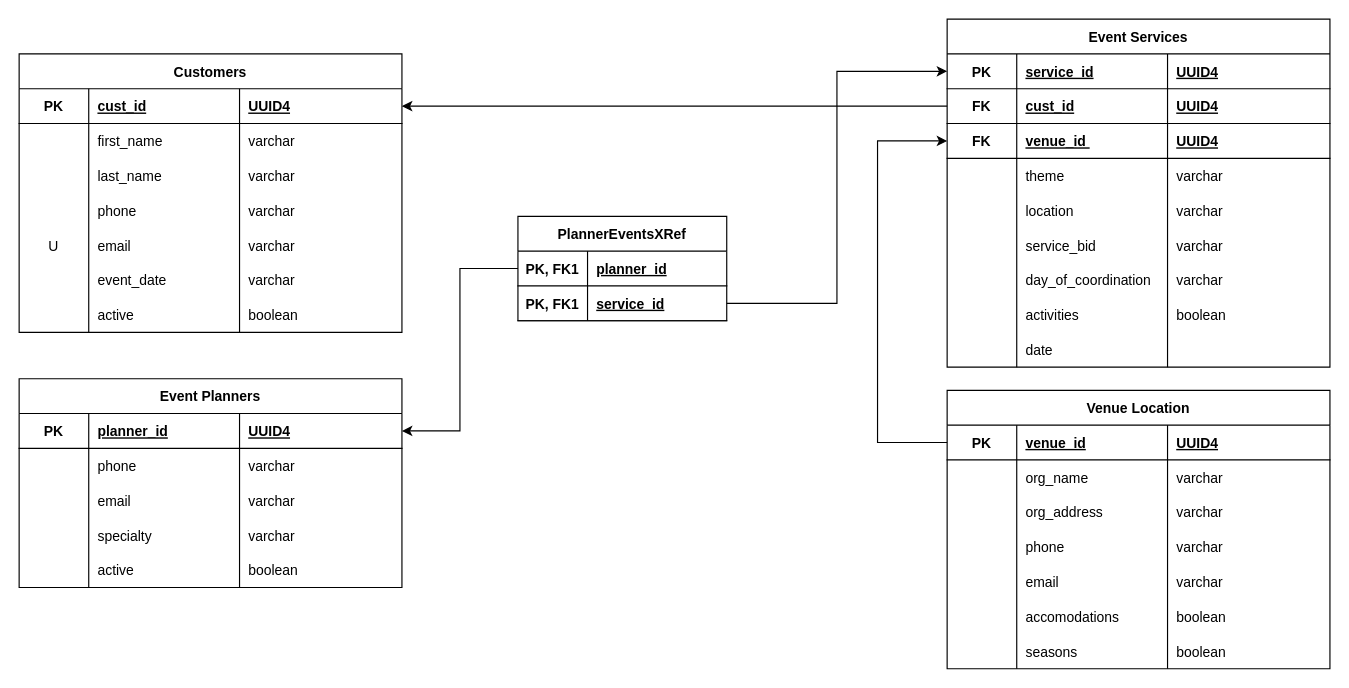
The draw.io diagram erd.drawio in Denise-Devpipeline/BE-Capstone, before the edit. Source tidied: cells renumbered, new cells numbered last; positions are measured from the earlier drawing's top-left corner, leaving out a move shared by most shapes. Both pictures are drawn from the tidied source at 116%, with x=0, y=0 at pixel (19, 19).
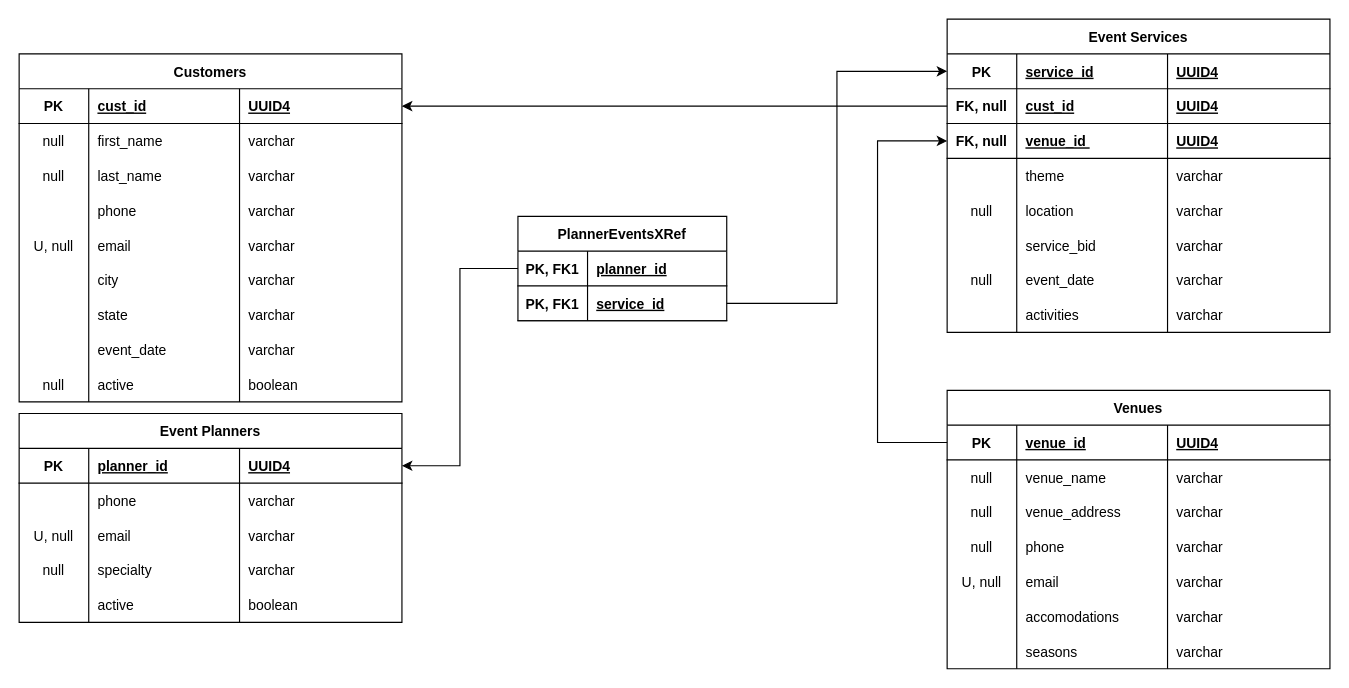
After the change.

The change refers to these unchanged cells:
```xml
<mxCell id="7" style="shape=tableRow;horizontal=0;startSize=0;swimlaneHead=0;swimlaneBody=0;fillColor=none;top=0;left=0;right=0;bottom=0;" parent="2" vertex="1">
  <mxGeometry y="60" width="330" height="30" as="geometry" />
</mxCell>
<mxCell id="11" style="shape=tableRow;horizontal=0;startSize=0;swimlaneHead=0;swimlaneBody=0;fillColor=none;top=0;left=0;right=0;bottom=0;" parent="2" vertex="1">
  <mxGeometry y="90" width="330" height="30" as="geometry" />
</mxCell>
<mxCell id="19" style="shape=tableRow;horizontal=0;startSize=0;swimlaneHead=0;swimlaneBody=0;fillColor=none;top=0;left=0;right=0;bottom=0;" parent="2" vertex="1">
  <mxGeometry y="150" width="330" height="30" as="geometry" />
</mxCell>
<mxCell id="36" style="shape=tableRow;horizontal=0;startSize=0;swimlaneHead=0;swimlaneBody=0;fillColor=none;top=0;left=0;right=0;bottom=0;" parent="31" vertex="1">
  <mxGeometry y="60" width="330" height="30" as="geometry" />
</mxCell>
<mxCell id="40" style="shape=tableRow;horizontal=0;startSize=0;swimlaneHead=0;swimlaneBody=0;fillColor=none;top=0;left=0;right=0;bottom=0;" parent="31" vertex="1">
  <mxGeometry y="90" width="330" height="30" as="geometry" />
</mxCell>
<mxCell id="44" style="shape=tableRow;horizontal=0;startSize=0;swimlaneHead=0;swimlaneBody=0;fillColor=none;top=0;left=0;right=0;bottom=0;" parent="31" vertex="1">
  <mxGeometry y="120" width="330" height="30" as="geometry" />
</mxCell>
<mxCell id="48" style="shape=tableRow;horizontal=0;startSize=0;swimlaneHead=0;swimlaneBody=0;fillColor=none;top=0;left=0;right=0;bottom=0;" parent="31" vertex="1">
  <mxGeometry y="150" width="330" height="30" as="geometry" />
</mxCell>
<mxCell id="52" style="shape=tableRow;horizontal=0;startSize=0;swimlaneHead=0;swimlaneBody=0;fillColor=none;top=0;left=0;right=0;bottom=0;" parent="31" vertex="1">
  <mxGeometry y="180" width="330" height="30" as="geometry" />
</mxCell>
<mxCell id="56" style="shape=tableRow;horizontal=0;startSize=0;swimlaneHead=0;swimlaneBody=0;fillColor=none;top=0;left=0;right=0;bottom=0;" parent="31" vertex="1">
  <mxGeometry y="210" width="330" height="30" as="geometry" />
</mxCell>
<mxCell id="65" style="shape=tableRow;horizontal=0;startSize=0;swimlaneHead=0;swimlaneBody=0;fillColor=none;points=[[0,0.5],[1,0.5]];portConstraint=eastwest;top=0;left=0;right=0;bottom=1;" parent="60" vertex="1">
  <mxGeometry y="60" width="330" height="30" as="geometry" />
</mxCell>
<mxCell id="69" style="shape=tableRow;horizontal=0;startSize=0;swimlaneHead=0;swimlaneBody=0;fillColor=none;points=[[0,0.5],[1,0.5]];portConstraint=eastwest;top=0;left=0;right=0;bottom=1;" parent="60" vertex="1">
  <mxGeometry y="90" width="330" height="30" as="geometry" />
</mxCell>
<mxCell id="77" style="shape=tableRow;horizontal=0;startSize=0;swimlaneHead=0;swimlaneBody=0;fillColor=none;top=0;left=0;right=0;bottom=0;" parent="60" vertex="1">
  <mxGeometry y="150" width="330" height="30" as="geometry" />
</mxCell>
<mxCell id="85" style="shape=tableRow;horizontal=0;startSize=0;swimlaneHead=0;swimlaneBody=0;fillColor=none;top=0;left=0;right=0;bottom=0;" parent="60" vertex="1">
  <mxGeometry y="210" width="330" height="30" as="geometry" />
</mxCell>
<mxCell id="89" style="shape=tableRow;horizontal=0;startSize=0;swimlaneHead=0;swimlaneBody=0;fillColor=none;top=0;left=0;right=0;bottom=0;" parent="60" vertex="1">
  <mxGeometry y="240" width="330" height="30" as="geometry" />
</mxCell>
<mxCell id="106" style="shape=tableRow;horizontal=0;startSize=0;swimlaneHead=0;swimlaneBody=0;fillColor=none;top=0;left=0;right=0;bottom=0;" parent="97" vertex="1">
  <mxGeometry y="90" width="330" height="30" as="geometry" />
</mxCell>
<mxCell id="110" style="shape=tableRow;horizontal=0;startSize=0;swimlaneHead=0;swimlaneBody=0;fillColor=none;top=0;left=0;right=0;bottom=0;" parent="97" vertex="1">
  <mxGeometry y="120" width="330" height="30" as="geometry" />
</mxCell>
```

What changed in the source:
```diff
@@
     <mxCell id="2" value="Customers" style="shape=table;startSize=30;childLayout=tableLayout;rowLines=0;fontStyle=1;align=center;" parent="1" vertex="1">
-      <mxGeometry y="30" width="330" height="240" as="geometry" />
+      <mxGeometry y="30" width="330" height="300" as="geometry" />
     </mxCell>
@@
-    <mxCell id="8" style="shape=partialRectangle;fillColor=none;top=0;left=0;bottom=0;right=0;overflow=hidden;" parent="7" vertex="1">
+    <mxCell id="8" value="null" style="shape=partialRectangle;fillColor=none;top=0;left=0;bottom=0;right=0;overflow=hidden;" parent="7" vertex="1">
       <mxGeometry width="60" height="30" as="geometry" />
     </mxCell>
@@
-    <mxCell id="12" style="shape=partialRectangle;fillColor=none;top=0;left=0;bottom=0;right=0;overflow=hidden;" parent="11" vertex="1">
+    <mxCell id="12" value="null" style="shape=partialRectangle;fillColor=none;top=0;left=0;bottom=0;right=0;overflow=hidden;" parent="11" vertex="1">
       <mxGeometry width="60" height="30" as="geometry" />
     </mxCell>
@@
-    <mxCell id="20" value="U" style="shape=partialRectangle;fillColor=none;top=0;left=0;bottom=0;right=0;overflow=hidden;" parent="19" vertex="1">
+    <mxCell id="20" value="U, null" style="shape=partialRectangle;fillColor=none;top=0;left=0;bottom=0;right=0;overflow=hidden;" parent="19" vertex="1">
       <mxGeometry width="60" height="30" as="geometry" />
     </mxCell>
@@
+    <mxCell id="129" style="shape=tableRow;horizontal=0;startSize=0;swimlaneHead=0;swimlaneBody=0;fillColor=none;top=0;left=0;right=0;bottom=0;" parent="2" vertex="1">
+      <mxGeometry y="180" width="330" height="30" as="geometry" />
+    </mxCell>
+    <mxCell id="130" style="shape=partialRectangle;fillColor=none;top=0;left=0;bottom=0;right=0;overflow=hidden;" parent="129" vertex="1">
+      <mxGeometry width="60" height="30" as="geometry" />
+    </mxCell>
+    <mxCell id="131" value="city " style="shape=partialRectangle;fillColor=none;top=0;left=0;bottom=0;right=0;align=left;spacingLeft=6;overflow=hidden;" parent="129" vertex="1">
+      <mxGeometry x="60" width="130" height="30" as="geometry" />
+    </mxCell>
+    <mxCell id="132" value="varchar" style="shape=partialRectangle;fillColor=none;top=0;left=0;bottom=0;right=0;align=left;spacingLeft=6;overflow=hidden;" parent="129" vertex="1">
+      <mxGeometry x="190" width="140" height="30" as="geometry" />
+    </mxCell>
+    <mxCell id="133" style="shape=tableRow;horizontal=0;startSize=0;swimlaneHead=0;swimlaneBody=0;fillColor=none;top=0;left=0;right=0;bottom=0;" parent="2" vertex="1">
+      <mxGeometry y="210" width="330" height="30" as="geometry" />
+    </mxCell>
+    <mxCell id="134" style="shape=partialRectangle;fillColor=none;top=0;left=0;bottom=0;right=0;overflow=hidden;" parent="133" vertex="1">
+      <mxGeometry width="60" height="30" as="geometry" />
+    </mxCell>
+    <mxCell id="135" value="state" style="shape=partialRectangle;fillColor=none;top=0;left=0;bottom=0;right=0;align=left;spacingLeft=6;overflow=hidden;" parent="133" vertex="1">
+      <mxGeometry x="60" width="130" height="30" as="geometry" />
+    </mxCell>
+    <mxCell id="136" value="varchar" style="shape=partialRectangle;fillColor=none;top=0;left=0;bottom=0;right=0;align=left;spacingLeft=6;overflow=hidden;" parent="133" vertex="1">
+      <mxGeometry x="190" width="140" height="30" as="geometry" />
+    </mxCell>
     <mxCell id="23" style="shape=tableRow;horizontal=0;startSize=0;swimlaneHead=0;swimlaneBody=0;fillColor=none;top=0;left=0;right=0;bottom=0;" parent="2" vertex="1">
-      <mxGeometry y="180" width="330" height="30" as="geometry" />
+      <mxGeometry y="240" width="330" height="30" as="geometry" />
     </mxCell>
@@
     <mxCell id="27" style="shape=tableRow;horizontal=0;startSize=0;swimlaneHead=0;swimlaneBody=0;fillColor=none;top=0;left=0;right=0;bottom=0;" parent="2" vertex="1">
-      <mxGeometry y="210" width="330" height="30" as="geometry" />
+      <mxGeometry y="270" width="330" height="30" as="geometry" />
     </mxCell>
-    <mxCell id="28" style="shape=partialRectangle;fillColor=none;top=0;left=0;bottom=0;right=0;overflow=hidden;" parent="27" vertex="1">
+    <mxCell id="28" value="null" style="shape=partialRectangle;fillColor=none;top=0;left=0;bottom=0;right=0;overflow=hidden;" parent="27" vertex="1">
       <mxGeometry width="60" height="30" as="geometry" />
     </mxCell>
@@
-    <mxCell id="31" value="Venue Location" style="shape=table;startSize=30;childLayout=tableLayout;rowLines=0;fontStyle=1;align=center;" parent="1" vertex="1">
+    <mxCell id="31" value="Venues" style="shape=table;startSize=30;childLayout=tableLayout;rowLines=0;fontStyle=1;align=center;" parent="1" vertex="1">
       <mxGeometry x="800" y="320" width="330" height="240" as="geometry" />
     </mxCell>
@@
-    <mxCell id="37" style="shape=partialRectangle;fillColor=none;top=0;left=0;bottom=0;right=0;overflow=hidden;" parent="36" vertex="1">
+    <mxCell id="37" value="null" style="shape=partialRectangle;fillColor=none;top=0;left=0;bottom=0;right=0;overflow=hidden;" parent="36" vertex="1">
       <mxGeometry width="60" height="30" as="geometry" />
     </mxCell>
-    <mxCell id="38" value="org_name" style="shape=partialRectangle;fillColor=none;top=0;left=0;bottom=0;right=0;align=left;spacingLeft=6;overflow=hidden;" parent="36" vertex="1">
+    <mxCell id="38" value="venue_name" style="shape=partialRectangle;fillColor=none;top=0;left=0;bottom=0;right=0;align=left;spacingLeft=6;overflow=hidden;" parent="36" vertex="1">
       <mxGeometry x="60" width="130" height="30" as="geometry" />
     </mxCell>
@@
-    <mxCell id="41" style="shape=partialRectangle;fillColor=none;top=0;left=0;bottom=0;right=0;overflow=hidden;" parent="40" vertex="1">
+    <mxCell id="41" value="null" style="shape=partialRectangle;fillColor=none;top=0;left=0;bottom=0;right=0;overflow=hidden;" parent="40" vertex="1">
       <mxGeometry width="60" height="30" as="geometry" />
     </mxCell>
-    <mxCell id="42" value="org_address" style="shape=partialRectangle;fillColor=none;top=0;left=0;bottom=0;right=0;align=left;spacingLeft=6;overflow=hidden;" parent="40" vertex="1">
+    <mxCell id="42" value="venue_address" style="shape=partialRectangle;fillColor=none;top=0;left=0;bottom=0;right=0;align=left;spacingLeft=6;overflow=hidden;" parent="40" vertex="1">
       <mxGeometry x="60" width="130" height="30" as="geometry" />
     </mxCell>
@@
-    <mxCell id="45" style="shape=partialRectangle;fillColor=none;top=0;left=0;bottom=0;right=0;overflow=hidden;" parent="44" vertex="1">
+    <mxCell id="45" value="null" style="shape=partialRectangle;fillColor=none;top=0;left=0;bottom=0;right=0;overflow=hidden;" parent="44" vertex="1">
       <mxGeometry width="60" height="30" as="geometry" />
     </mxCell>
@@
-    <mxCell id="49" style="shape=partialRectangle;fillColor=none;top=0;left=0;bottom=0;right=0;overflow=hidden;" parent="48" vertex="1">
+    <mxCell id="49" value="U, null" style="shape=partialRectangle;fillColor=none;top=0;left=0;bottom=0;right=0;overflow=hidden;" parent="48" vertex="1">
       <mxGeometry width="60" height="30" as="geometry" />
     </mxCell>
@@
-    <mxCell id="55" value="boolean" style="shape=partialRectangle;fillColor=none;top=0;left=0;bottom=0;right=0;align=left;spacingLeft=6;overflow=hidden;" parent="52" vertex="1">
+    <mxCell id="55" value="varchar" style="shape=partialRectangle;fillColor=none;top=0;left=0;bottom=0;right=0;align=left;spacingLeft=6;overflow=hidden;" parent="52" vertex="1">
       <mxGeometry x="190" width="140" height="30" as="geometry" />
     </mxCell>
@@
-    <mxCell id="59" value="boolean" style="shape=partialRectangle;fillColor=none;top=0;left=0;bottom=0;right=0;align=left;spacingLeft=6;overflow=hidden;" parent="56" vertex="1">
+    <mxCell id="59" value="varchar" style="shape=partialRectangle;fillColor=none;top=0;left=0;bottom=0;right=0;align=left;spacingLeft=6;overflow=hidden;" parent="56" vertex="1">
       <mxGeometry x="190" width="140" height="30" as="geometry" />
     </mxCell>
     <mxCell id="60" value="Event Services" style="shape=table;startSize=30;childLayout=tableLayout;rowLines=0;fontStyle=1;align=center;" parent="1" vertex="1">
-      <mxGeometry x="800" width="330" height="300" as="geometry" />
+      <mxGeometry x="800" width="330" height="270" as="geometry" />
     </mxCell>
@@
-    <mxCell id="66" value="FK" style="shape=partialRectangle;fillColor=none;top=0;left=0;bottom=0;right=0;fontStyle=1;overflow=hidden;" parent="65" vertex="1">
+    <mxCell id="66" value="FK, null" style="shape=partialRectangle;fillColor=none;top=0;left=0;bottom=0;right=0;fontStyle=1;overflow=hidden;" parent="65" vertex="1">
       <mxGeometry width="60" height="30" as="geometry" />
     </mxCell>
@@
-    <mxCell id="70" value="FK" style="shape=partialRectangle;fillColor=none;top=0;left=0;bottom=0;right=0;fontStyle=1;overflow=hidden;" parent="69" vertex="1">
+    <mxCell id="70" value="FK, null" style="shape=partialRectangle;fillColor=none;top=0;left=0;bottom=0;right=0;fontStyle=1;overflow=hidden;" parent="69" vertex="1">
       <mxGeometry width="60" height="30" as="geometry" />
     </mxCell>
@@
-    <mxCell id="78" style="shape=partialRectangle;fillColor=none;top=0;left=0;bottom=0;right=0;overflow=hidden;" parent="77" vertex="1">
+    <mxCell id="78" value="null" style="shape=partialRectangle;fillColor=none;top=0;left=0;bottom=0;right=0;overflow=hidden;" parent="77" vertex="1">
       <mxGeometry width="60" height="30" as="geometry" />
     </mxCell>
@@
-    <mxCell id="86" style="shape=partialRectangle;fillColor=none;top=0;left=0;bottom=0;right=0;overflow=hidden;" parent="85" vertex="1">
+    <mxCell id="86" value="null" style="shape=partialRectangle;fillColor=none;top=0;left=0;bottom=0;right=0;overflow=hidden;" parent="85" vertex="1">
       <mxGeometry width="60" height="30" as="geometry" />
     </mxCell>
-    <mxCell id="87" value="day_of_coordination" style="shape=partialRectangle;fillColor=none;top=0;left=0;bottom=0;right=0;align=left;spacingLeft=6;overflow=hidden;" parent="85" vertex="1">
+    <mxCell id="87" value="event_date" style="shape=partialRectangle;fillColor=none;top=0;left=0;bottom=0;right=0;align=left;spacingLeft=6;overflow=hidden;" parent="85" vertex="1">
       <mxGeometry x="60" width="130" height="30" as="geometry" />
     </mxCell>
@@
-    <mxCell id="92" value="boolean" style="shape=partialRectangle;fillColor=none;top=0;left=0;bottom=0;right=0;align=left;spacingLeft=6;overflow=hidden;" parent="89" vertex="1">
+    <mxCell id="92" value="varchar" style="shape=partialRectangle;fillColor=none;top=0;left=0;bottom=0;right=0;align=left;spacingLeft=6;overflow=hidden;" parent="89" vertex="1">
       <mxGeometry x="190" width="140" height="30" as="geometry" />
     </mxCell>
-    <mxCell id="93" style="shape=tableRow;horizontal=0;startSize=0;swimlaneHead=0;swimlaneBody=0;fillColor=none;top=0;left=0;right=0;bottom=0;" parent="60" vertex="1">
-      <mxGeometry y="270" width="330" height="30" as="geometry" />
-    </mxCell>
-    <mxCell id="94" style="shape=partialRectangle;fillColor=none;top=0;left=0;bottom=0;right=0;overflow=hidden;" parent="93" vertex="1">
-      <mxGeometry width="60" height="30" as="geometry" />
-    </mxCell>
-    <mxCell id="95" value="date" style="shape=partialRectangle;fillColor=none;top=0;left=0;bottom=0;right=0;align=left;spacingLeft=6;overflow=hidden;" parent="93" vertex="1">
-      <mxGeometry x="60" width="130" height="30" as="geometry" />
-    </mxCell>
-    <mxCell id="96" style="shape=partialRectangle;fillColor=none;top=0;left=0;bottom=0;right=0;align=left;spacingLeft=6;overflow=hidden;" parent="93" vertex="1">
-      <mxGeometry x="190" width="140" height="30" as="geometry" />
-    </mxCell>
     <mxCell id="97" value="Event Planners" style="shape=table;startSize=30;childLayout=tableLayout;rowLines=0;fontStyle=1;align=center;flipH=1;" parent="1" vertex="1">
-      <mxGeometry y="310" width="330" height="180" as="geometry" />
+      <mxGeometry y="340" width="330" height="180" as="geometry" />
     </mxCell>
@@
-    <mxCell id="107" style="shape=partialRectangle;fillColor=none;top=0;left=0;bottom=0;right=0;overflow=hidden;" parent="106" vertex="1">
+    <mxCell id="107" value="U, null" style="shape=partialRectangle;fillColor=none;top=0;left=0;bottom=0;right=0;overflow=hidden;" parent="106" vertex="1">
       <mxGeometry width="60" height="30" as="geometry" />
     </mxCell>
@@
-    <mxCell id="111" style="shape=partialRectangle;fillColor=none;top=0;left=0;bottom=0;right=0;overflow=hidden;" parent="110" vertex="1">
+    <mxCell id="111" value="null" style="shape=partialRectangle;fillColor=none;top=0;left=0;bottom=0;right=0;overflow=hidden;" parent="110" vertex="1">
       <mxGeometry width="60" height="30" as="geometry" />
     </mxCell>
```
